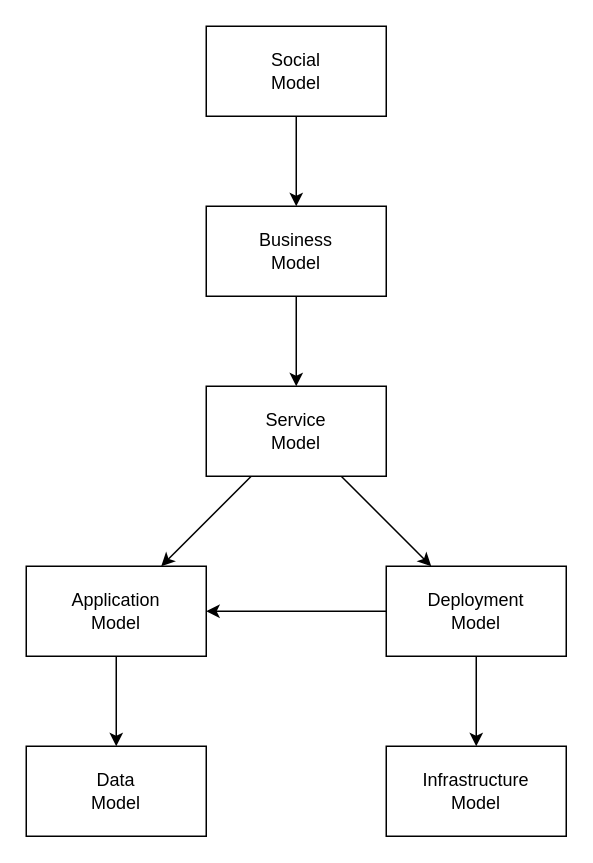
governance-foundation/governance.foundation keeps this draw.io diagram as _gxp/diagrams/GXP-Model-Overview.drawio. Above is the earlier version. Source tidied: cells renumbered, new cells numbered last; positions are measured from the earlier drawing's top-left corner, leaving out a move shared by most shapes. Both pictures are drawn from the tidied source at 150%, with x=0, y=0 at pixel (26, 26).
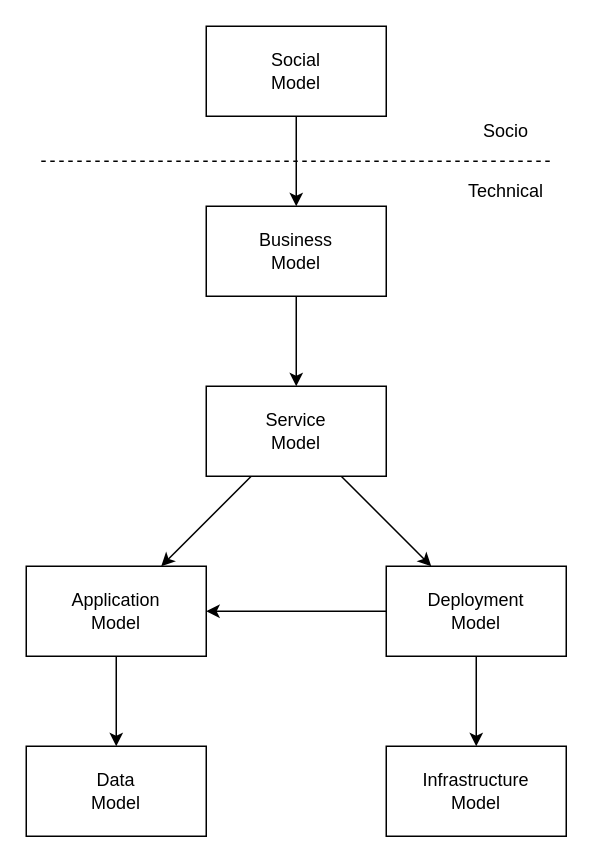
After the change.

What changed in the source:
```diff
@@
 <mxGraphModel>
   <root>
     <mxCell id="0" />
     <mxCell id="1" parent="0" />
     <mxCell id="2" style="rounded=0;jettySize=auto;html=1;endArrow=classic;endFill=1;" parent="1" edge="1" source="3" target="6">
       <mxGeometry relative="1" as="geometry" />
     </mxCell>
     <mxCell id="3" value="&lt;div&gt;Business&lt;/div&gt;&lt;div&gt;Model&lt;br&gt;&lt;/div&gt;" style="rounded=0;whiteSpace=wrap;html=1;" parent="1" vertex="1">
       <mxGeometry x="120" y="120" width="120" height="60" as="geometry" />
     </mxCell>
     <mxCell id="4" style="rounded=0;jettySize=auto;html=1;endArrow=classic;endFill=1;" parent="1" edge="1" source="6" target="8">
       <mxGeometry relative="1" as="geometry" />
     </mxCell>
     <mxCell id="5" style="rounded=0;jettySize=auto;html=1;endArrow=classic;endFill=1;" parent="1" edge="1" source="6" target="11">
       <mxGeometry relative="1" as="geometry" />
     </mxCell>
     <mxCell id="6" value="&lt;div&gt;Service&lt;/div&gt;&lt;div&gt;Model&lt;br&gt;&lt;/div&gt;" style="rounded=0;whiteSpace=wrap;html=1;" parent="1" vertex="1">
       <mxGeometry x="120" y="240" width="120" height="60" as="geometry" />
     </mxCell>
     <mxCell id="7" style="rounded=0;jettySize=auto;html=1;endArrow=classic;endFill=1;" parent="1" edge="1" source="8" target="12">
       <mxGeometry relative="1" as="geometry" />
     </mxCell>
     <mxCell id="8" value="&lt;div&gt;Application&lt;/div&gt;&lt;div&gt;Model&lt;br&gt;&lt;/div&gt;" style="rounded=0;whiteSpace=wrap;html=1;" parent="1" vertex="1">
       <mxGeometry y="360" width="120" height="60" as="geometry" />
     </mxCell>
     <mxCell id="9" style="rounded=0;jettySize=auto;html=1;endArrow=classic;endFill=1;" parent="1" edge="1" source="11" target="13">
       <mxGeometry relative="1" as="geometry" />
     </mxCell>
     <mxCell id="10" style="rounded=0;jettySize=auto;html=1;endArrow=classic;endFill=1;" parent="1" edge="1" source="11" target="8">
       <mxGeometry relative="1" as="geometry" />
     </mxCell>
     <mxCell id="11" value="&lt;div&gt;Deployment&lt;/div&gt;&lt;div&gt;Model&lt;br&gt;&lt;/div&gt;" style="rounded=0;whiteSpace=wrap;html=1;" parent="1" vertex="1">
       <mxGeometry x="240" y="360" width="120" height="60" as="geometry" />
     </mxCell>
     <mxCell id="12" value="&lt;div&gt;Data&lt;/div&gt;&lt;div&gt;Model&lt;br&gt;&lt;/div&gt;" style="rounded=0;whiteSpace=wrap;html=1;" parent="1" vertex="1">
       <mxGeometry y="480" width="120" height="60" as="geometry" />
     </mxCell>
     <mxCell id="13" value="&lt;div&gt;Infrastructure&lt;/div&gt;&lt;div&gt;Model&lt;br&gt;&lt;/div&gt;" style="rounded=0;whiteSpace=wrap;html=1;" parent="1" vertex="1">
       <mxGeometry x="240" y="480" width="120" height="60" as="geometry" />
     </mxCell>
     <mxCell id="14" style="edgeStyle=none;rounded=0;jettySize=auto;html=1;endArrow=classic;endFill=1;" parent="1" edge="1" source="15" target="3">
       <mxGeometry relative="1" as="geometry" />
     </mxCell>
     <mxCell id="15" value="&lt;div&gt;Social&lt;/div&gt;&lt;div&gt;Model&lt;br&gt;&lt;/div&gt;" style="rounded=0;whiteSpace=wrap;html=1;" parent="1" vertex="1">
       <mxGeometry x="120" width="120" height="60" as="geometry" />
     </mxCell>
+    <mxCell id="16" style="endArrow=none;dashed=1;html=1;" parent="1" edge="1">
+      <mxGeometry relative="1" as="geometry">
+        <mxPoint x="10" y="90" as="sourcePoint" />
+        <mxPoint x="350" y="90" as="targetPoint" />
+      </mxGeometry>
+    </mxCell>
+    <mxCell id="17" value="Socio" style="text;html=1;strokeColor=none;fillColor=none;align=center;verticalAlign=middle;whiteSpace=wrap;rounded=0;" parent="1" vertex="1">
+      <mxGeometry x="290" y="60" width="60" height="20" as="geometry" />
+    </mxCell>
+    <mxCell id="18" value="Technical" style="text;html=1;strokeColor=none;fillColor=none;align=center;verticalAlign=middle;whiteSpace=wrap;rounded=0;" parent="1" vertex="1">
+      <mxGeometry x="290" y="100" width="60" height="20" as="geometry" />
+    </mxCell>
   </root>
 </mxGraphModel>
```
